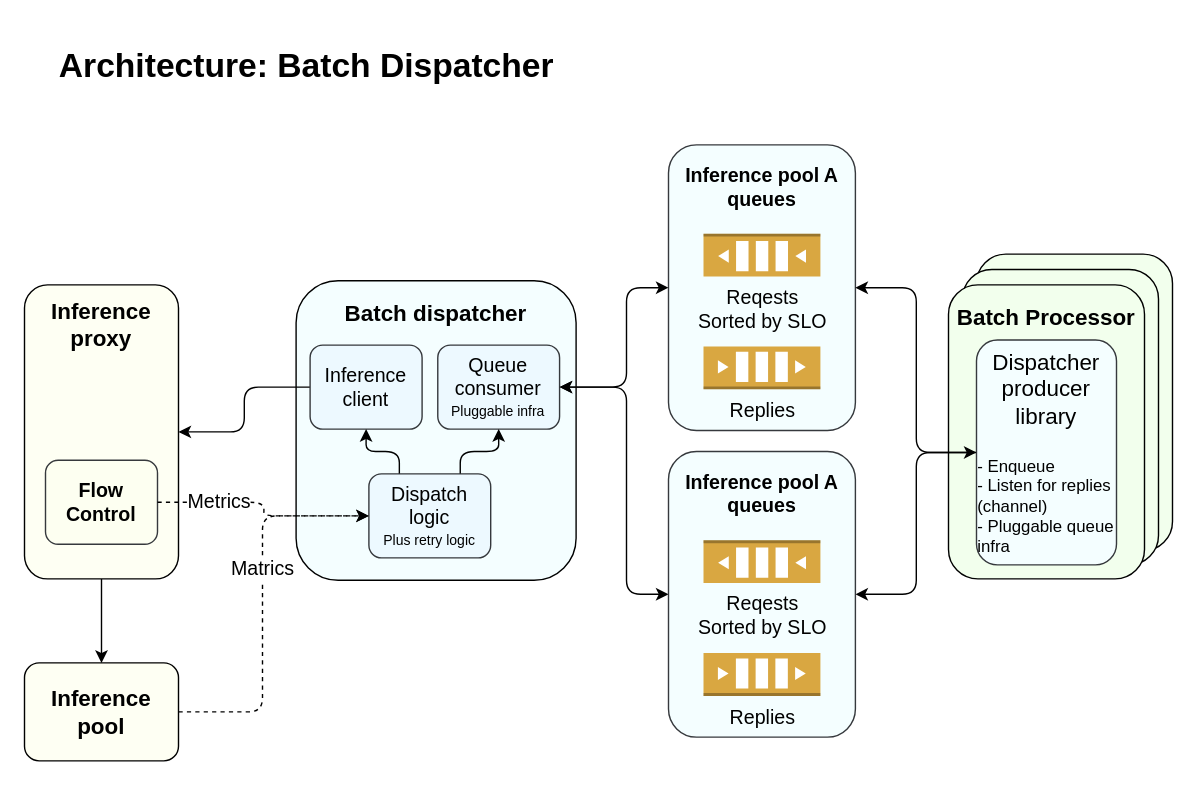
Above: docs/design/diagrams/dispatch_1.drawio in llm-d-incubation/batch-gateway (draw.io), before the change. Source tidied: cells renumbered, new cells numbered last; positions are measured from the earlier drawing's top-left corner, leaving out a move shared by most shapes. Both pictures are drawn from the tidied source at 140%, with x=0, y=0 at pixel (24, 38).
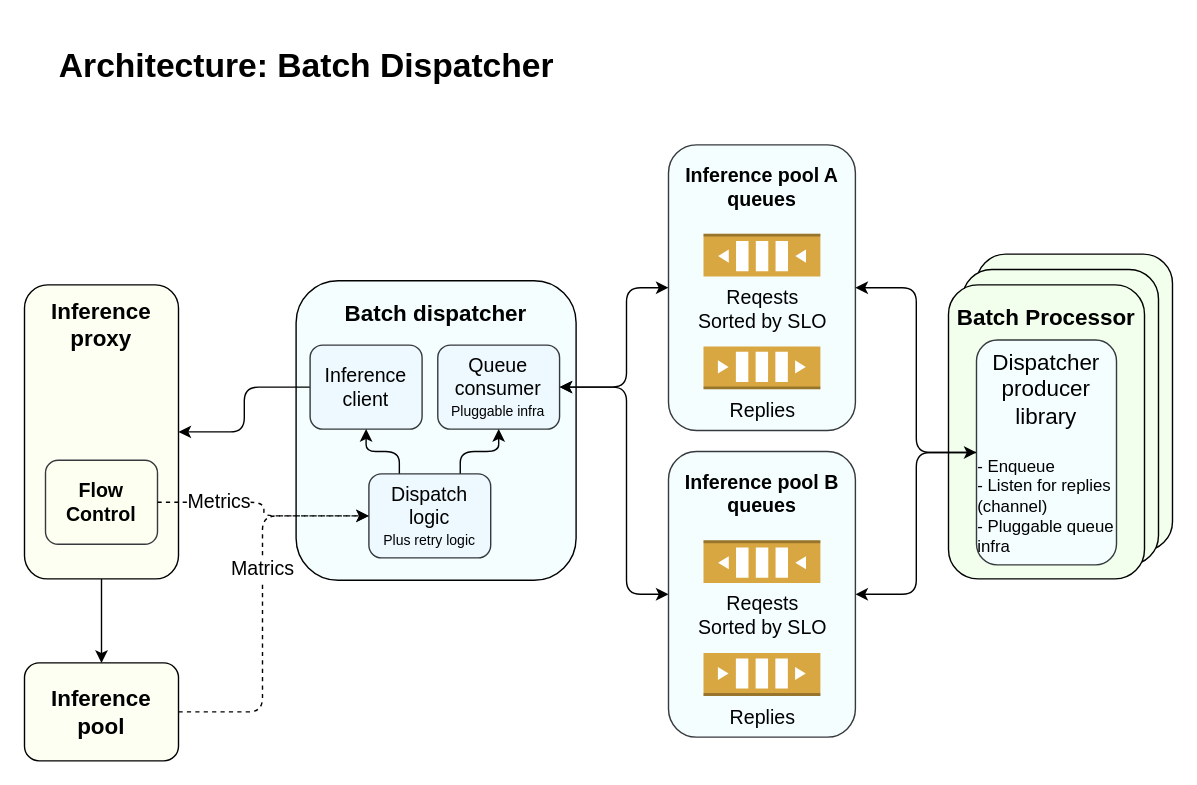
The same page after the edit.

Change to the diagram source:
```diff
@@
-    <mxCell id="29" value="&lt;font style=&quot;font-size: 14px;&quot;&gt;&lt;b&gt;Inference pool A&lt;/b&gt;&lt;/font&gt;&lt;div&gt;&lt;font style=&quot;font-size: 14px;&quot;&gt;&lt;b&gt;queues&lt;/b&gt;&lt;/font&gt;&lt;/div&gt;&lt;div&gt;&lt;font style=&quot;font-size: 14px;&quot;&gt;&lt;b&gt;&lt;br&gt;&lt;/b&gt;&lt;/font&gt;&lt;/div&gt;&lt;div&gt;&lt;font style=&quot;font-size: 14px;&quot;&gt;&lt;b&gt;&lt;br&gt;&lt;/b&gt;&lt;/font&gt;&lt;/div&gt;&lt;div&gt;&lt;font style=&quot;font-size: 14px;&quot;&gt;&lt;b&gt;&lt;br&gt;&lt;/b&gt;&lt;/font&gt;&lt;/div&gt;&lt;div&gt;&lt;font style=&quot;font-size: 14px;&quot;&gt;&lt;b&gt;&lt;br&gt;&lt;/b&gt;&lt;/font&gt;&lt;/div&gt;&lt;div&gt;&lt;font style=&quot;font-size: 14px;&quot;&gt;&lt;b&gt;&lt;br&gt;&lt;/b&gt;&lt;/font&gt;&lt;/div&gt;&lt;div&gt;&lt;font style=&quot;font-size: 14px;&quot;&gt;&lt;b&gt;&lt;br&gt;&lt;/b&gt;&lt;/font&gt;&lt;/div&gt;&lt;div&gt;&lt;br&gt;&lt;/div&gt;&lt;div&gt;&lt;br&gt;&lt;/div&gt;&lt;div&gt;&lt;br&gt;&lt;/div&gt;" style="rounded=1;whiteSpace=wrap;html=1;fillColor=#F4FEFF;strokeColor=#36393d;" parent="1" vertex="1">
+    <mxCell id="29" value="&lt;font style=&quot;font-size: 14px;&quot;&gt;&lt;b&gt;Inference pool B&lt;/b&gt;&lt;/font&gt;&lt;div&gt;&lt;font style=&quot;font-size: 14px;&quot;&gt;&lt;b&gt;queues&lt;/b&gt;&lt;/font&gt;&lt;/div&gt;&lt;div&gt;&lt;font style=&quot;font-size: 14px;&quot;&gt;&lt;b&gt;&lt;br&gt;&lt;/b&gt;&lt;/font&gt;&lt;/div&gt;&lt;div&gt;&lt;font style=&quot;font-size: 14px;&quot;&gt;&lt;b&gt;&lt;br&gt;&lt;/b&gt;&lt;/font&gt;&lt;/div&gt;&lt;div&gt;&lt;font style=&quot;font-size: 14px;&quot;&gt;&lt;b&gt;&lt;br&gt;&lt;/b&gt;&lt;/font&gt;&lt;/div&gt;&lt;div&gt;&lt;font style=&quot;font-size: 14px;&quot;&gt;&lt;b&gt;&lt;br&gt;&lt;/b&gt;&lt;/font&gt;&lt;/div&gt;&lt;div&gt;&lt;font style=&quot;font-size: 14px;&quot;&gt;&lt;b&gt;&lt;br&gt;&lt;/b&gt;&lt;/font&gt;&lt;/div&gt;&lt;div&gt;&lt;font style=&quot;font-size: 14px;&quot;&gt;&lt;b&gt;&lt;br&gt;&lt;/b&gt;&lt;/font&gt;&lt;/div&gt;&lt;div&gt;&lt;br&gt;&lt;/div&gt;&lt;div&gt;&lt;br&gt;&lt;/div&gt;&lt;div&gt;&lt;br&gt;&lt;/div&gt;" style="rounded=1;whiteSpace=wrap;html=1;fillColor=#F4FEFF;strokeColor=#36393d;" parent="1" vertex="1">
       <mxGeometry x="460" y="295" width="133.5" height="204" as="geometry" />
     </mxCell>
```
